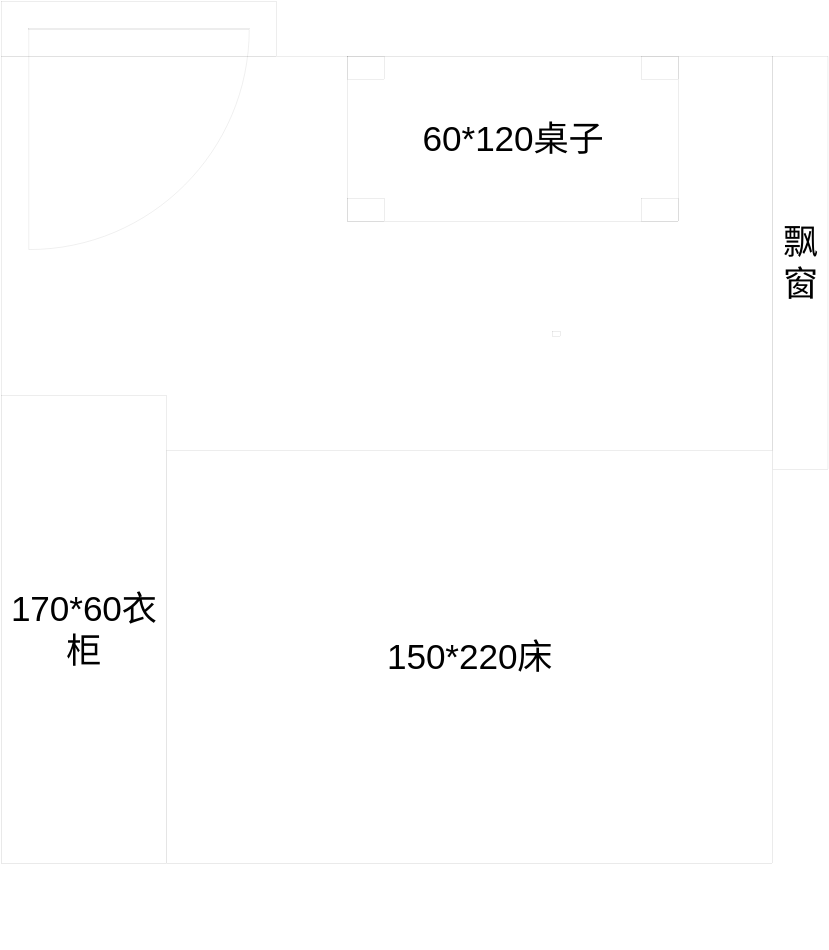
This is page "儿童房" (3 of 3) of 房间设计.drawio from Baiiiiii/draw, a draw.io file, before an edit. Source tidied: cells renumbered, new cells numbered last; positions are measured from the earlier drawing's top-left corner, leaving out a move shared by most shapes. Both pictures are drawn from the tidied source at 7%, with x=0, y=0 at pixel (1, 1).
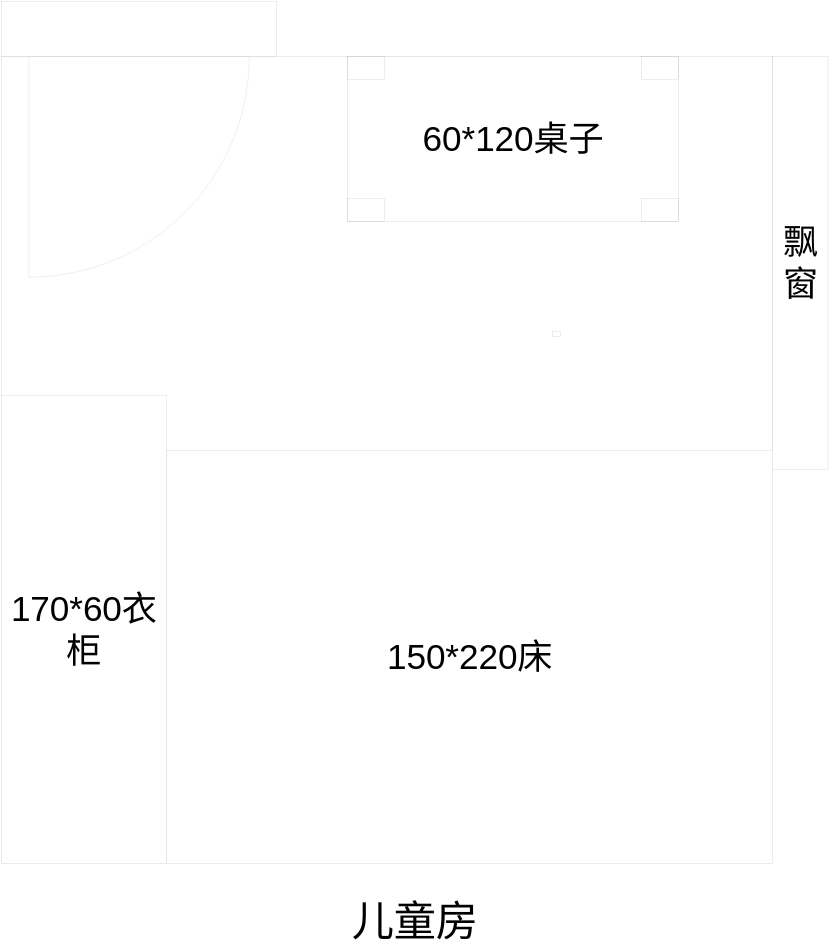
Above is the later version.

Change to the diagram source:
```diff
@@
 <mxGraphModel>
   <root>
     <mxCell id="0" />
     <mxCell id="1" parent="0" />
     <mxCell id="2" style="rounded=0;whiteSpace=wrap;html=1;movableLabel=0;backgroundOutline=0;noLabel=0;overflow=block;fillOpacity=100;imageVerticalAlign=top;" parent="1" vertex="1">
       <mxGeometry y="787" width="11023.6" height="11535.4" as="geometry" />
     </mxCell>
     <mxCell id="3" value="&lt;font style=&quot;font-size: 500px;&quot;&gt;飘窗&lt;/font&gt;&lt;div&gt;&lt;br&gt;&lt;/div&gt;" style="rounded=0;whiteSpace=wrap;html=1;direction=south;" parent="1" vertex="1">
       <mxGeometry x="11023.6" y="787" width="787.4" height="5905.5" as="geometry" />
     </mxCell>
     <mxCell id="4" style="rounded=0;whiteSpace=wrap;html=1;" parent="1" vertex="1">
       <mxGeometry y="-0.4" width="3931.1" height="787.4" as="geometry" />
     </mxCell>
     <mxCell id="5" style="verticalLabelPosition=bottom;html=1;verticalAlign=top;align=center;shape=mxgraph.floorplan.doorLeft;direction=east;" parent="1" vertex="1">
-      <mxGeometry x="393.7" y="393.3" width="3149.6" height="3149.6" as="geometry" />
+      <mxGeometry x="393.7" y="787" width="3149.6" height="3149.6" as="geometry" />
     </mxCell>
     <mxCell id="6" style="rounded=0;whiteSpace=wrap;html=1;" parent="1" vertex="1">
       <mxGeometry x="7874" y="4724" width="120" height="60" as="geometry" />
     </mxCell>
     <mxCell id="7" value="150*220床" style="rounded=0;whiteSpace=wrap;html=1;fontSize=500;" parent="1" vertex="1">
       <mxGeometry x="2362.2" y="6416.9" width="8661.4" height="5905.5" as="geometry" />
     </mxCell>
     <mxCell id="8" value="170*60衣柜" style="rounded=0;whiteSpace=wrap;html=1;fontSize=500;" parent="1" vertex="1">
       <mxGeometry y="5629.5" width="2362.2" height="6692.9" as="geometry" />
     </mxCell>
     <mxCell id="9" value="60*120桌子" style="verticalLabelPosition=middle;html=1;verticalAlign=middle;align=center;shape=mxgraph.floorplan.table;direction=west;fontSize=500;labelPosition=center;" parent="1" vertex="1">
       <mxGeometry x="4950" y="787" width="4724.4" height="2362.2" as="geometry" />
     </mxCell>
+    <mxCell id="10" value="&lt;div&gt;&lt;span style=&quot;background-color: transparent; color: light-dark(rgb(0, 0, 0), rgb(255, 255, 255));&quot;&gt;儿童房&lt;/span&gt;&lt;/div&gt;" style="text;strokeColor=none;align=center;fillColor=none;html=1;verticalAlign=middle;whiteSpace=wrap;rounded=0;fontSize=600;" parent="1" vertex="1">
+      <mxGeometry x="2362.2" y="12750" width="7088.6" height="787.4" as="geometry" />
+    </mxCell>
   </root>
 </mxGraphModel>
```
